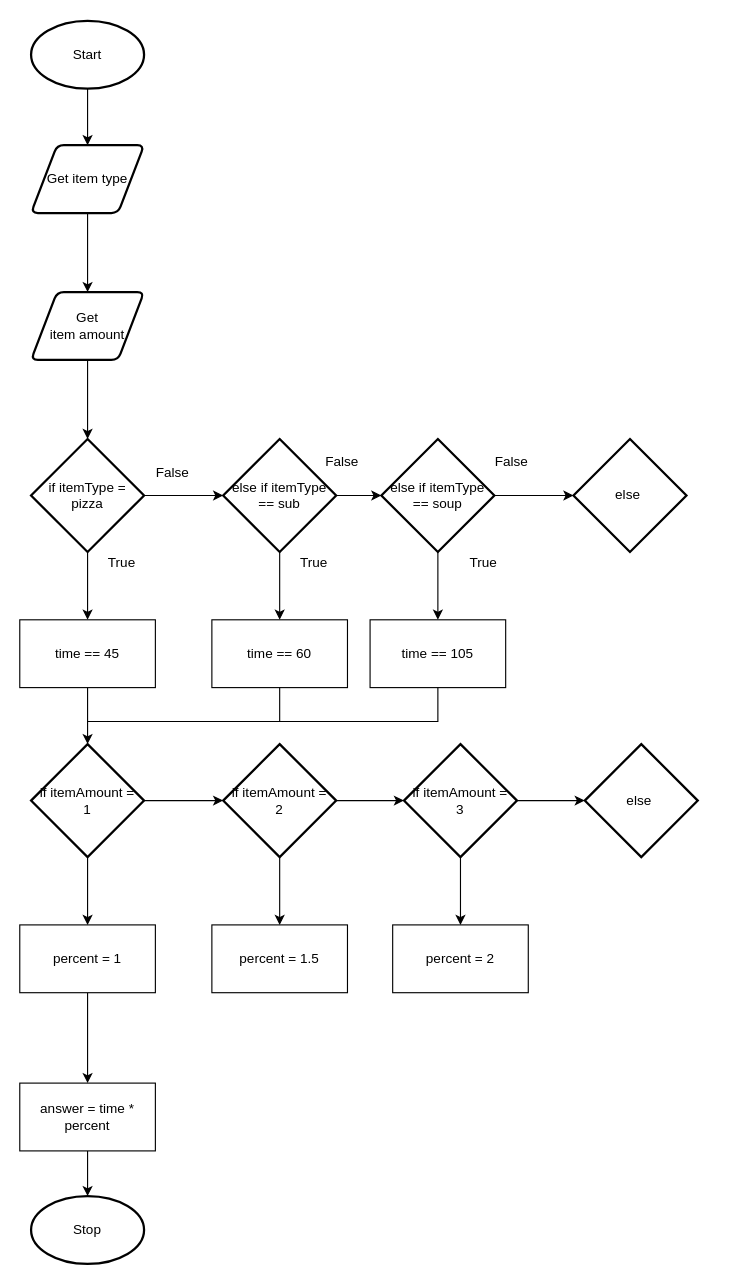
Before: flowchart_folder/flowchart.drawio in Huzaifa-Khalid-2/ics4u-unit1-03-typescript, a draw.io diagram. Source tidied: cells renumbered, new cells numbered last; positions are measured from the earlier drawing's top-left corner, leaving out a move shared by most shapes. Both pictures are drawn from the tidied source at 113%, with x=0, y=0 at pixel (19, 20).
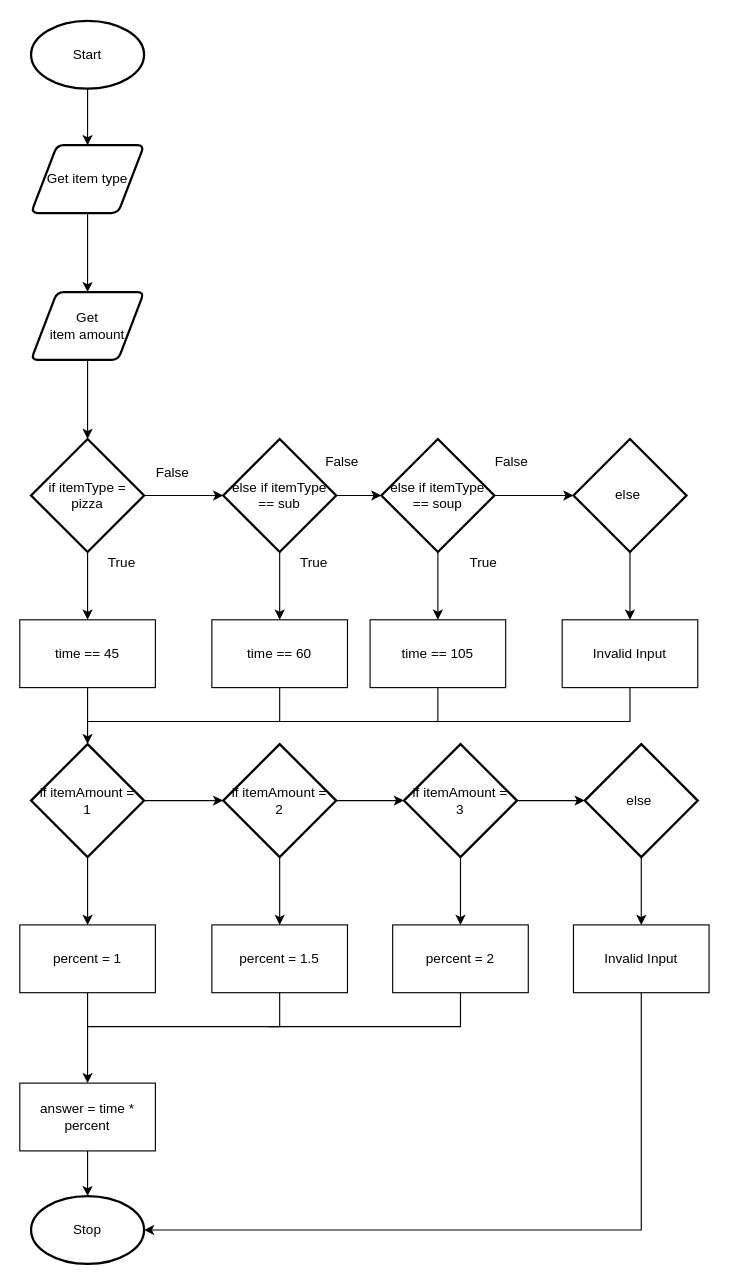
The same diagram, later.

The change refers to these unchanged cells:
```xml
<mxCell id="22" value="else&amp;nbsp;" style="strokeWidth=2;html=1;shape=mxgraph.flowchart.decision;whiteSpace=wrap;" parent="1" vertex="1">
  <mxGeometry x="490" y="370" width="100" height="100" as="geometry" />
</mxCell>
<mxCell id="31" value="percent = 1.5" style="rounded=0;whiteSpace=wrap;html=1;" parent="1" vertex="1">
  <mxGeometry x="170" y="800" width="120" height="60" as="geometry" />
</mxCell>
<mxCell id="45" value="Stop" style="strokeWidth=2;html=1;shape=mxgraph.flowchart.start_1;whiteSpace=wrap;" parent="1" vertex="1">
  <mxGeometry x="10" y="1040" width="100" height="60" as="geometry" />
</mxCell>
<mxCell id="46" value="else&amp;nbsp;" style="strokeWidth=2;html=1;shape=mxgraph.flowchart.decision;whiteSpace=wrap;" parent="1" vertex="1">
  <mxGeometry x="500" y="640" width="100" height="100" as="geometry" />
</mxCell>
```

Diff of the diagram source:
```diff
@@
+    <mxCell id="47" style="edgeStyle=none;html=1;" parent="1" edge="1" source="22">
+      <mxGeometry relative="1" as="geometry">
+        <mxPoint x="540" y="530" as="targetPoint" />
+      </mxGeometry>
+    </mxCell>
@@
+    <mxCell id="48" style="edgeStyle=elbowEdgeStyle;rounded=0;html=1;" parent="1" edge="1" source="46">
+      <mxGeometry relative="1" as="geometry">
+        <mxPoint x="550" y="800" as="targetPoint" />
+      </mxGeometry>
+    </mxCell>
@@
+    <mxCell id="49" value="Invalid Input" style="rounded=0;whiteSpace=wrap;html=1;" parent="1" vertex="1">
+      <mxGeometry x="480" y="530" width="120" height="60" as="geometry" />
+    </mxCell>
+    <mxCell id="50" style="endArrow=none;html=1;exitX=0.5;exitY=1;exitDx=0;exitDy=0;rounded=0;edgeStyle=elbowEdgeStyle;" parent="1" edge="1" source="49">
+      <mxGeometry relative="1" as="geometry">
+        <mxPoint x="370" y="620" as="targetPoint" />
+        <Array as="points">
+          <mxPoint x="540" y="630" />
+        </Array>
+      </mxGeometry>
+    </mxCell>
+    <mxCell id="51" style="edgeStyle=elbowEdgeStyle;rounded=0;html=1;entryX=1;entryY=0.5;entryDx=0;entryDy=0;entryPerimeter=0;" parent="1" edge="1" source="52" target="45">
+      <mxGeometry relative="1" as="geometry">
+        <Array as="points">
+          <mxPoint x="550" y="960" />
+        </Array>
+      </mxGeometry>
+    </mxCell>
+    <mxCell id="52" value="Invalid Input" style="rounded=0;whiteSpace=wrap;html=1;" parent="1" vertex="1">
+      <mxGeometry x="490" y="800" width="120" height="60" as="geometry" />
+    </mxCell>
+    <mxCell id="53" style="endArrow=none;html=1;exitX=0.5;exitY=1;exitDx=0;exitDy=0;rounded=0;edgeStyle=elbowEdgeStyle;" parent="1" edge="1" source="31">
+      <mxGeometry relative="1" as="geometry">
+        <mxPoint x="60" y="890" as="targetPoint" />
+        <Array as="points">
+          <mxPoint x="230" y="890" />
+        </Array>
+      </mxGeometry>
+    </mxCell>
+    <mxCell id="54" style="endArrow=none;html=1;exitX=0.5;exitY=1;exitDx=0;exitDy=0;rounded=0;edgeStyle=elbowEdgeStyle;" parent="1" edge="1">
+      <mxGeometry relative="1" as="geometry">
+        <mxPoint x="390" y="860" as="sourcePoint" />
+        <mxPoint x="220" y="890" as="targetPoint" />
+        <Array as="points">
+          <mxPoint x="390" y="880" />
+        </Array>
+      </mxGeometry>
+    </mxCell>
```
